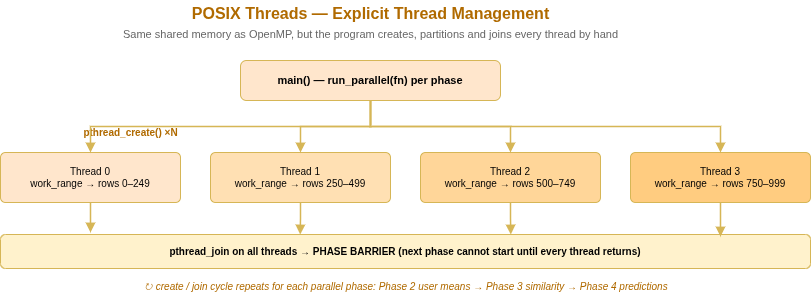
Above: analysis_diagrams/drawio/png/diagram_03_pthreads.png in Ashfaq-Riyaldeen/hpc-mine (draw.io), before the change. Source tidied: cells renumbered, new cells last; positions are measured from the earlier drawing's top-left corner, leaving out a move shared by most shapes.
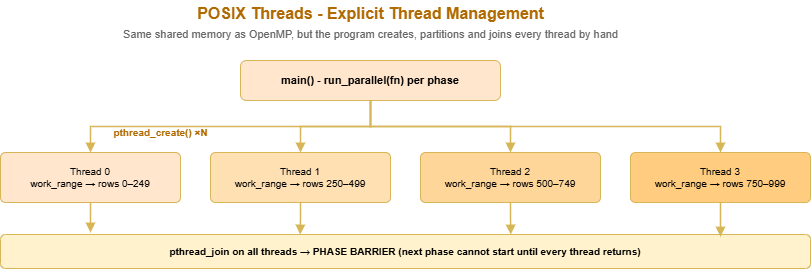
After the change.

What changed in the source:
```diff
@@ -2,17 +2,17 @@
   <root>
     <mxCell id="0" />
     <mxCell id="1" parent="0" />
-    <mxCell id="2" value="POSIX Threads — Explicit Thread Management" style="text;html=1;align=center;verticalAlign=middle;fontStyle=1;fontSize=16;fontColor=#b06a00;" parent="1" vertex="1">
+    <mxCell id="2" value="POSIX Threads - Explicit Thread Management" style="text;html=1;align=center;verticalAlign=middle;fontStyle=1;fontSize=16;fontColor=#b06a00;" parent="1" vertex="1">
       <mxGeometry x="70" width="600" height="26" as="geometry" />
     </mxCell>
     <mxCell id="3" value="Same shared memory as OpenMP, but the program creates, partitions and joins every thread by hand" style="text;html=1;align=center;verticalAlign=middle;fontSize=11;fontColor=#666666;" parent="1" vertex="1">
       <mxGeometry x="70" y="24" width="600" height="20" as="geometry" />
     </mxCell>
-    <mxCell id="4" value="main()  —  run_parallel(fn) per phase" style="rounded=1;whiteSpace=wrap;html=1;fillColor=#ffe6cc;strokeColor=#d6b656;fontSize=11;fontStyle=1;verticalAlign=middle;" parent="1" vertex="1">
+    <mxCell id="4" value="main() - run_parallel(fn) per phase" style="rounded=1;whiteSpace=wrap;html=1;fillColor=#ffe6cc;strokeColor=#d6b656;fontSize=11;fontStyle=1;verticalAlign=middle;" parent="1" vertex="1">
       <mxGeometry x="240" y="60" width="260" height="40" as="geometry" />
     </mxCell>
     <mxCell id="5" value="pthread_create() ×N" style="text;html=1;align=center;fontSize=10;fontColor=#b06a00;fontStyle=1;" parent="1" vertex="1">
-      <mxGeometry x="40" y="120" width="180" height="18" as="geometry" />
+      <mxGeometry x="70" y="120" width="180" height="18" as="geometry" />
     </mxCell>
     <mxCell id="6" value="Thread 0&#10;work_range → rows 0–249" style="rounded=1;whiteSpace=wrap;html=1;fillColor=#ffe6cc;strokeColor=#d6b656;fontSize=10;arcSize=10;verticalAlign=middle;" parent="1" vertex="1">
       <mxGeometry y="152" width="180" height="50" as="geometry" />
@@ -59,8 +59,5 @@
         </Array>
       </mxGeometry>
     </mxCell>
-    <mxCell id="19" value="↻ create / join cycle repeats for each parallel phase:  Phase 2 user means  →  Phase 3 similarity  →  Phase 4 predictions" style="text;html=1;align=center;verticalAlign=middle;fontSize=10;fontColor=#b06a00;fontStyle=2;" parent="1" vertex="1">
-      <mxGeometry y="276" width="810" height="20" as="geometry" />
-    </mxCell>
   </root>
 </mxGraphModel>
```
